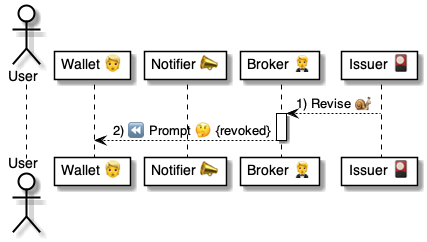
Above: 4 ⚙️ Solution/41 🎭 Domain Roles/Issuers 🎴/🎴⏩ Issuer flows/Revise Token 🎴⏩🧑‍🦰/🎴 Revise Token ⚙️ uml.png in pollyweb-org/pollyweb-docs (PlantUML), before the change. Its source is kept beside it as 4 ⚙️ Solution/41 🎭 Domain Roles/Issuers 🎴/🎴⏩ Issuer flows/Revise Token 🎴⏩🧑‍🦰/🎴 Revise Token ⚙️ uml.puml. The source it was exported from:
```plantuml
@startuml Revoke



actor User as user
participant "Wallet 👱" as wallet
participant "Notifier 📣" as notifier
participant "Broker 🤵" as broker
participant "Issuer 🎴" as issuer

issuer --> broker: 1) Revise 🐌
activate broker
    broker --> wallet: 2) ⏪ Prompt 🤔 {revoked}
deactivate broker

@enduml
```
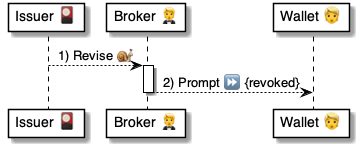
The same file after the commit.

What changed in the source:
```diff
@@ -2,15 +2,13 @@
 
 
 
-actor User as user
+participant "Issuer 🎴" as issuer
+participant "Broker 🤵" as broker
 participant "Wallet 👱" as wallet
-participant "Notifier 📣" as notifier
-participant "Broker 🤵" as broker
-participant "Issuer 🎴" as issuer
 
 issuer --> broker: 1) Revise 🐌
 activate broker
-    broker --> wallet: 2) ⏪ Prompt 🤔 {revoked}
+    broker --> wallet: 2) Prompt ⏩ {revoked}
 deactivate broker
 
 @enduml
```
